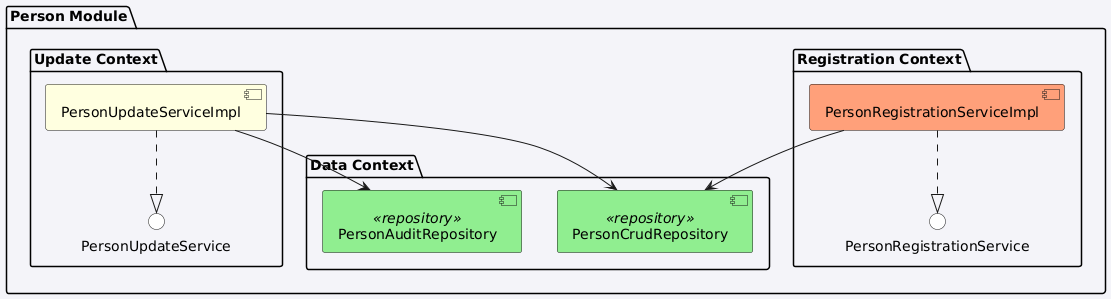
LazaroDamasceno/Dissertacao-Mestrado keeps this PlantUML diagram as figures/api/component_diagram_person.png. Above is the earlier version.
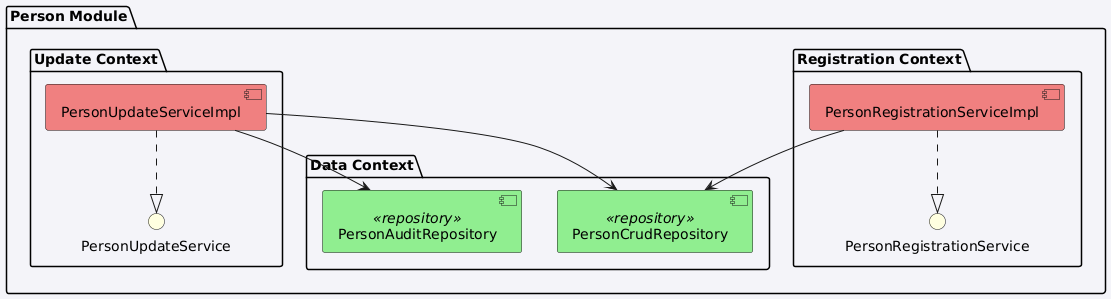
After the commit.

Diff of the diagram source:
```diff
@@ -1,7 +1,8 @@
 @startuml
+skinparam backgroundColor #f4f4f9
+skinparam componentStyle uml2
+
 package "Person Module" {
-
-    skinparam backgroundColor #f4f4f9
 
     package "Data Context" {
         component "PersonCrudRepository" <<repository>> #lightgreen
@@ -9,16 +10,16 @@
     }
 
     package "Registration Context" {
-        interface PersonRegistrationService #White
-        component PersonRegistrationServiceImpl #LightSalmon
+        interface PersonRegistrationService #lightyellow
+        component PersonRegistrationServiceImpl #lightcoral
 
         PersonRegistrationServiceImpl ..|> PersonRegistrationService
         PersonRegistrationServiceImpl --> PersonCrudRepository
     }
 
     package "Update Context" {
-        interface PersonUpdateService #White
-        component PersonUpdateServiceImpl #LightYellow
+        interface PersonUpdateService #lightyellow
+        component PersonUpdateServiceImpl #lightcoral
 
         PersonUpdateServiceImpl ..|> PersonUpdateService
         PersonUpdateServiceImpl --> PersonCrudRepository
```
